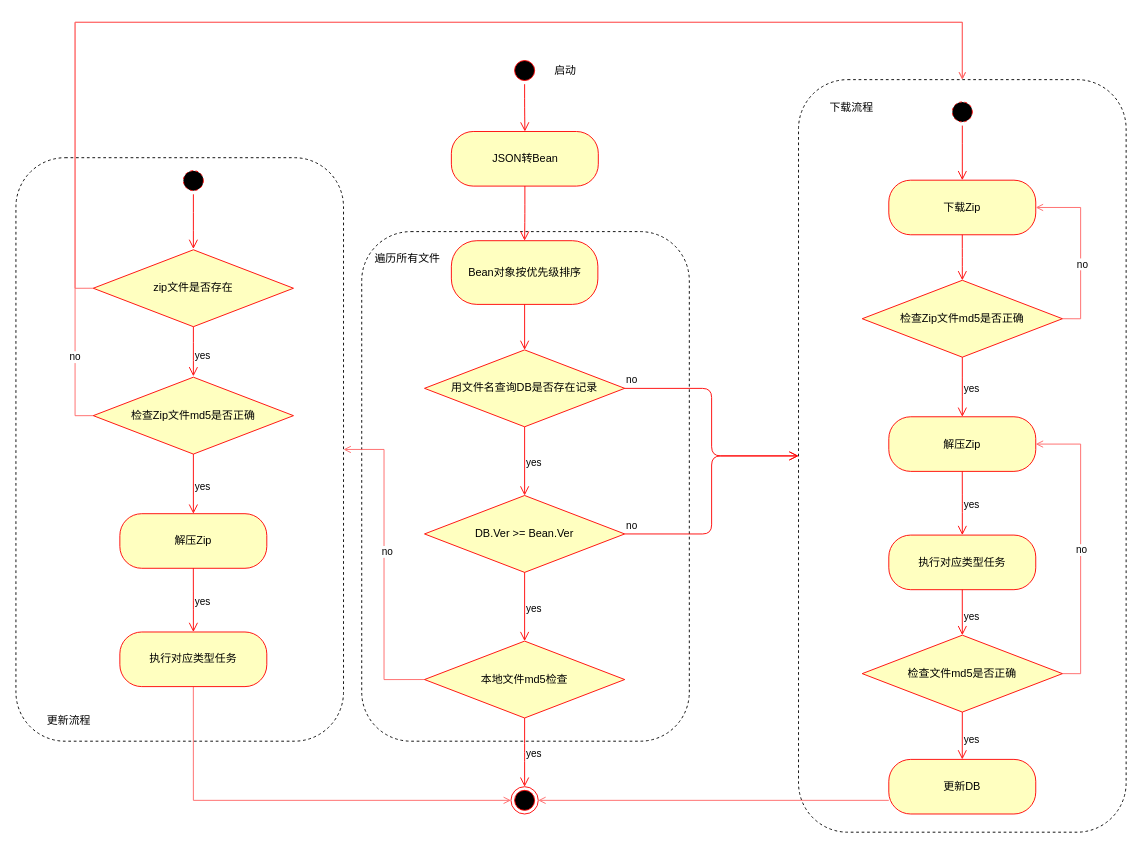
wangziji/graphics keeps this draw.io diagram as page "Page-2" (2 of 2) of 后下载.drawio. Above is the earlier version. Source tidied: cells renumbered, new cells numbered last; positions are measured from the earlier drawing's top-left corner, leaving out a move shared by most shapes. Both pictures are drawn from the tidied source at 91%, with x=0, y=0 at pixel (15, 22).
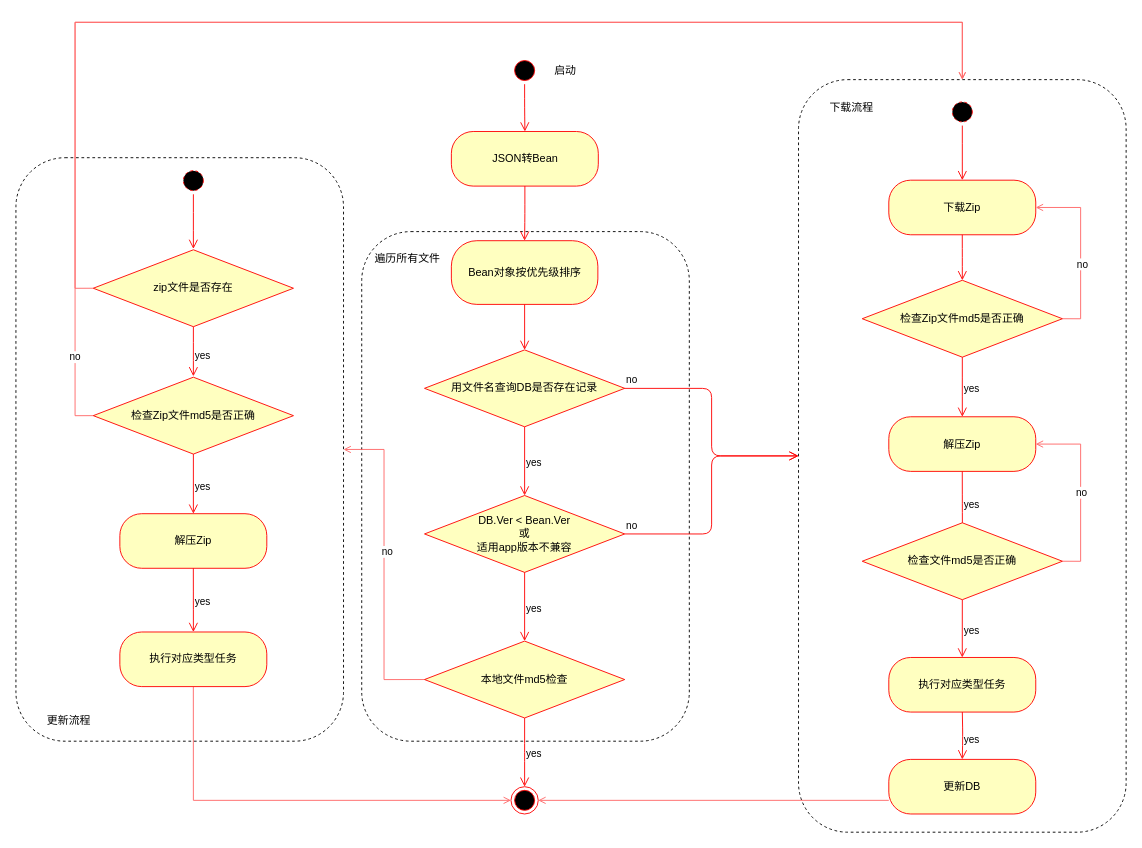
Above is the later version.

Unchanged cells that the change refers to:
```xml
<mxCell id="33" value="解压Zip" style="rounded=1;whiteSpace=wrap;html=1;arcSize=40;fontColor=#000000;fillColor=#ffffc0;strokeColor=#ff0000;" parent="1" vertex="1">
  <mxGeometry x="959.2" y="433.5" width="161.5" height="60" as="geometry" />
</mxCell>
<mxCell id="38" value="更新DB" style="rounded=1;whiteSpace=wrap;html=1;arcSize=40;fontColor=#000000;fillColor=#ffffc0;strokeColor=#ff0000;" parent="1" vertex="1">
  <mxGeometry x="959.2" y="810" width="161.5" height="60" as="geometry" />
</mxCell>
```

The edit, as a diff of the source:
```diff
@@
-    <mxCell id="14" value="DB.Ver &amp;gt;= Bean.Ver" style="rhombus;whiteSpace=wrap;html=1;fillColor=#ffffc0;strokeColor=#ff0000;" parent="1" vertex="1">
+    <mxCell id="14" value="DB.Ver &amp;lt; Bean.Ver&lt;br&gt;或&lt;br&gt;适用app版本不兼容" style="rhombus;whiteSpace=wrap;html=1;fillColor=#ffffc0;strokeColor=#ff0000;" parent="1" vertex="1">
       <mxGeometry x="449" y="520" width="220" height="84.5" as="geometry" />
     </mxCell>
@@
     <mxCell id="30" style="edgeStyle=orthogonalEdgeStyle;rounded=0;jettySize=auto;html=1;exitX=1;exitY=0.5;exitDx=0;exitDy=0;entryX=1;entryY=0.5;entryDx=0;entryDy=0;endArrow=open;endFill=0;strokeColor=#FF6666;" parent="1" edge="1" source="32" target="33">
-      <mxGeometry relative="1" as="geometry" />
+      <mxGeometry relative="1" as="geometry">
+        <Array as="points">
+          <mxPoint x="1170" y="592" />
+          <mxPoint x="1170" y="464" />
+        </Array>
+      </mxGeometry>
     </mxCell>
@@
-    <mxCell id="32" value="检查文件md5是否正确" style="rhombus;whiteSpace=wrap;html=1;fillColor=#ffffc0;strokeColor=#ff0000;" parent="1" vertex="1">
-      <mxGeometry x="930" y="673.5" width="220" height="84.5" as="geometry" />
-    </mxCell>
@@
-    <mxCell id="34" value="执行对应类型任务" style="rounded=1;whiteSpace=wrap;html=1;arcSize=40;fontColor=#000000;fillColor=#ffffc0;strokeColor=#ff0000;" parent="1" vertex="1">
-      <mxGeometry x="959.2" y="563.5" width="161.5" height="60" as="geometry" />
-    </mxCell>
-    <mxCell id="35" value="yes" style="edgeStyle=orthogonalEdgeStyle;html=1;align=left;verticalAlign=top;endArrow=open;endSize=8;strokeColor=#ff0000;exitX=0.5;exitY=1;exitDx=0;exitDy=0;" parent="1" edge="1" source="33" target="34">
-      <mxGeometry x="-0.32" relative="1" as="geometry" />
+    <mxCell id="35" value="yes" style="edgeStyle=orthogonalEdgeStyle;html=1;align=left;verticalAlign=top;endArrow=open;endSize=8;strokeColor=#ff0000;exitX=0.5;exitY=1;exitDx=0;exitDy=0;" parent="1" edge="1" source="33">
+      <mxGeometry x="-0.32" relative="1" as="geometry">
+        <mxPoint x="1040.1" y="563.5" as="targetPoint" />
+      </mxGeometry>
     </mxCell>
-    <mxCell id="36" value="yes" style="edgeStyle=orthogonalEdgeStyle;html=1;align=left;verticalAlign=top;endArrow=open;endSize=8;strokeColor=#ff0000;exitX=0.5;exitY=1;exitDx=0;exitDy=0;entryX=0.5;entryY=0;entryDx=0;entryDy=0;" parent="1" edge="1" source="34" target="32">
+    <mxCell id="36" value="yes" style="edgeStyle=orthogonalEdgeStyle;html=1;align=left;verticalAlign=top;endArrow=open;endSize=8;strokeColor=#ff0000;exitX=0.5;exitY=1;exitDx=0;exitDy=0;entryX=0.5;entryY=0;entryDx=0;entryDy=0;" parent="1" edge="1" source="32" target="34">
       <mxGeometry x="-0.32" relative="1" as="geometry" />
     </mxCell>
@@
-    <mxCell id="39" value="yes" style="edgeStyle=orthogonalEdgeStyle;html=1;align=left;verticalAlign=top;endArrow=open;endSize=8;strokeColor=#ff0000;exitX=0.5;exitY=1;exitDx=0;exitDy=0;entryX=0.5;entryY=0;entryDx=0;entryDy=0;" parent="1" edge="1" source="32" target="38">
-      <mxGeometry x="-0.32" relative="1" as="geometry" />
+    <mxCell id="39" value="yes" style="edgeStyle=orthogonalEdgeStyle;html=1;align=left;verticalAlign=top;endArrow=open;endSize=8;strokeColor=#ff0000;exitX=0.5;exitY=1;exitDx=0;exitDy=0;entryX=0.5;entryY=0;entryDx=0;entryDy=0;" parent="1" edge="1" target="38">
+      <mxGeometry x="-0.32" relative="1" as="geometry">
+        <mxPoint x="1040" y="758" as="sourcePoint" />
+      </mxGeometry>
     </mxCell>
@@
+    <mxCell id="34" value="执行对应类型任务" style="rounded=1;whiteSpace=wrap;html=1;arcSize=40;fontColor=#000000;fillColor=#ffffc0;strokeColor=#ff0000;" parent="1" vertex="1">
+      <mxGeometry x="959.2" y="698" width="161.5" height="60" as="geometry" />
+    </mxCell>
+    <mxCell id="32" value="检查文件md5是否正确" style="rhombus;whiteSpace=wrap;html=1;fillColor=#ffffc0;strokeColor=#ff0000;" parent="1" vertex="1">
+      <mxGeometry x="930" y="550" width="220" height="84.5" as="geometry" />
+    </mxCell>
```
